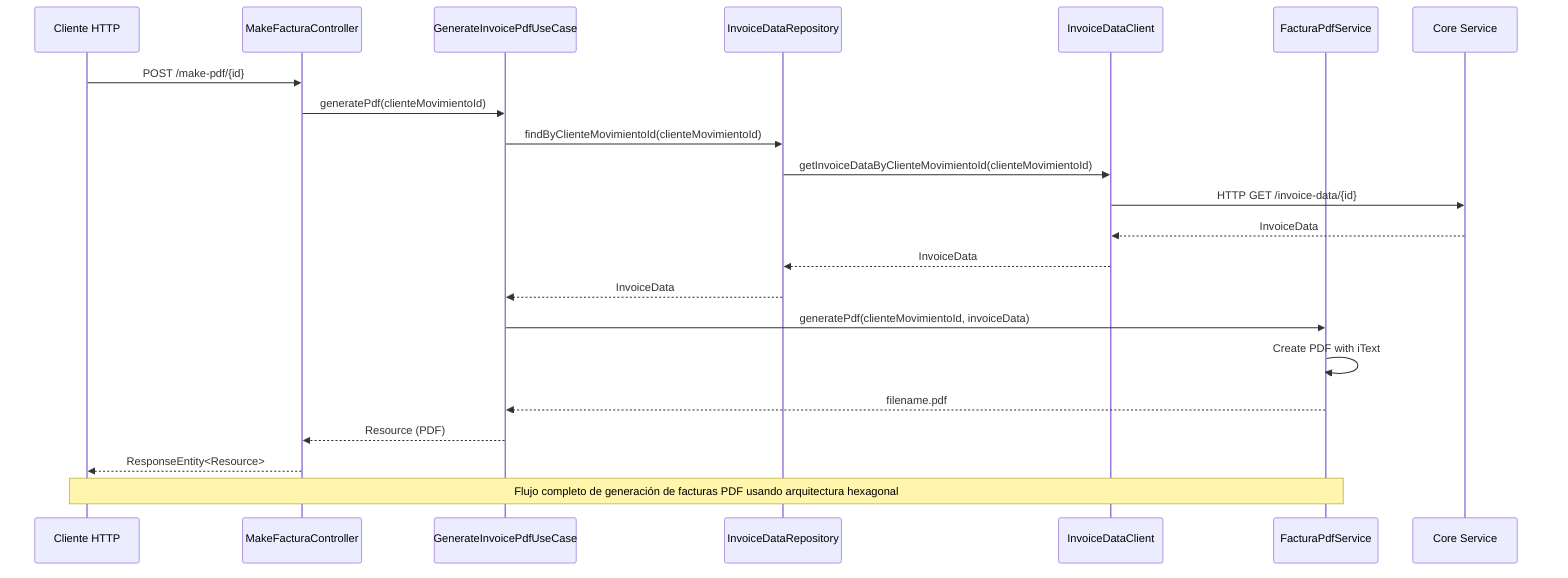
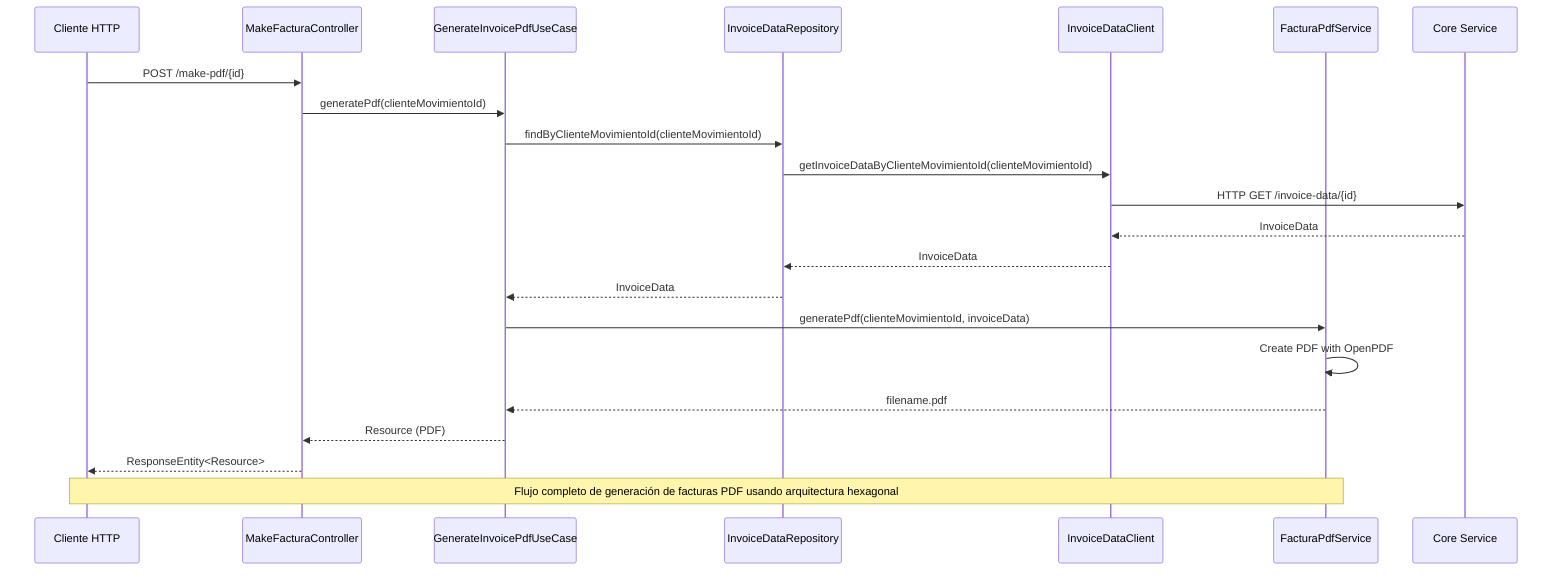
sequenceDiagram
    participant HttpCliente as Cliente HTTP
    participant Controller as MakeFacturaController
    participant UseCase as GenerateInvoicePdfUseCase
    participant Repository as InvoiceDataRepository
    participant DataClient as InvoiceDataClient
    participant Service as FacturaPdfService
    participant CoreService as Core Service

    HttpCliente->>Controller: POST /make-pdf/{id}
    Controller->>UseCase: generatePdf(clienteMovimientoId)

    UseCase->>Repository: findByClienteMovimientoId(clienteMovimientoId)
    Repository->>DataClient: getInvoiceDataByClienteMovimientoId(clienteMovimientoId)
    DataClient->>CoreService: HTTP GET /invoice-data/{id}
    CoreService-->>DataClient: InvoiceData
    DataClient-->>Repository: InvoiceData
    Repository-->>UseCase: InvoiceData

    UseCase->>Service: generatePdf(clienteMovimientoId, invoiceData)
-     Service->>Service: Create PDF with iText
+     Service->>Service: Create PDF with OpenPDF
    Service-->>UseCase: filename.pdf

    UseCase-->>Controller: Resource (PDF)
    Controller-->>HttpCliente: ResponseEntity<Resource>

    Note over HttpCliente,Service: Flujo completo de generación de facturas PDF usando arquitectura hexagonal
